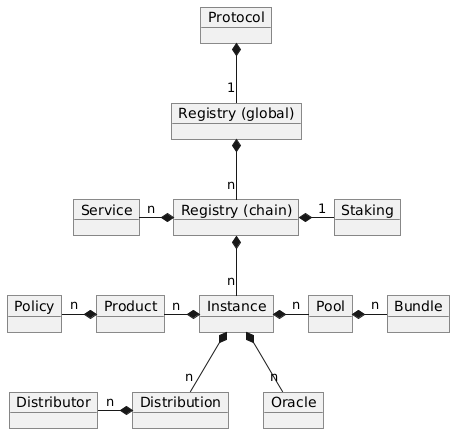
Earlier version of the PlantUML export docs/modules/ROOT/images/registry-er.png (etherisc/gif-next). The source it was exported from:
```plantuml
@startuml
object Protocol
object "Registry (global)" as gr
object "Registry (chain)" as cr
object Service
object Staking
object Instance

object Product
object Distribution
object Oracle
object Pool

object Policy
object Distributor
object Bundle

Protocol *-- "1" gr
gr *-- "n" cr

Service "n" -* cr
cr *- "1" Staking
cr *-- "n" Instance

Product "n" -* Instance
Instance *- "n" Pool
Instance *-- "n" Distribution
Instance *-- "n" Oracle

Policy "n" -* Product
Distributor "n" -* Distribution
Pool *- "n" Bundle
@enduml
```
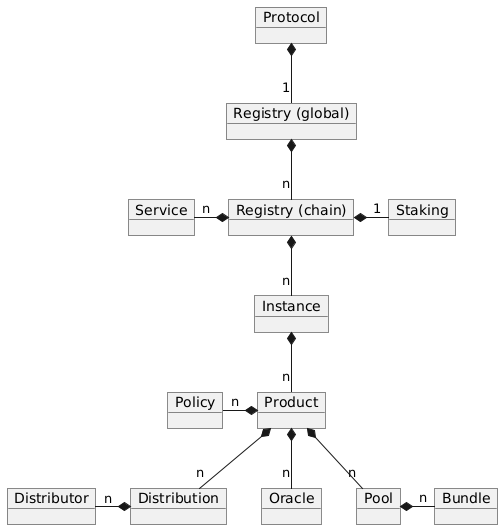
The same file after the commit.

The edit, as a diff of the source:
```diff
@@ -22,12 +22,13 @@
 cr *- "1" Staking
 cr *-- "n" Instance
 
-Product "n" -* Instance
-Instance *- "n" Pool
-Instance *-- "n" Distribution
-Instance *-- "n" Oracle
+Instance *-- "n" Product
+Product *-- "n" Distribution
+Product *-- "n" Oracle
+Product *-- "n" Pool
 
 Policy "n" -* Product
 Distributor "n" -* Distribution
+Distribution -[hidden]> Oracle
 Pool *- "n" Bundle
 @enduml
```
